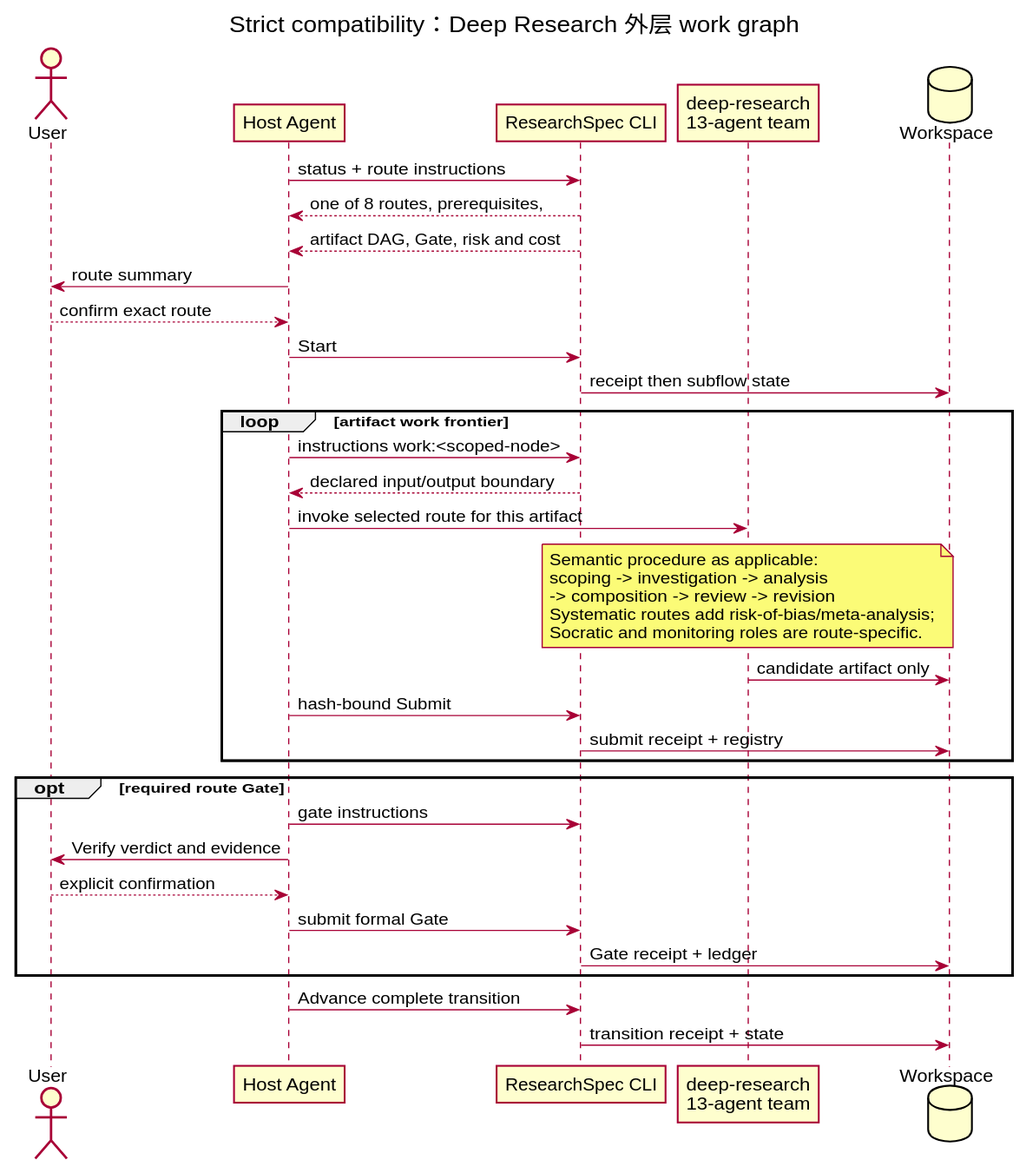
This is docs/researchspec_arsu_runtime/diagrams/rendered/deep-research-workflow.svg from leike0813/ResearchSpec, a PlantUML export, as it was before one commit. Its source is kept beside it as docs/researchspec_arsu_runtime/diagrams/src/deep-research-workflow.puml.
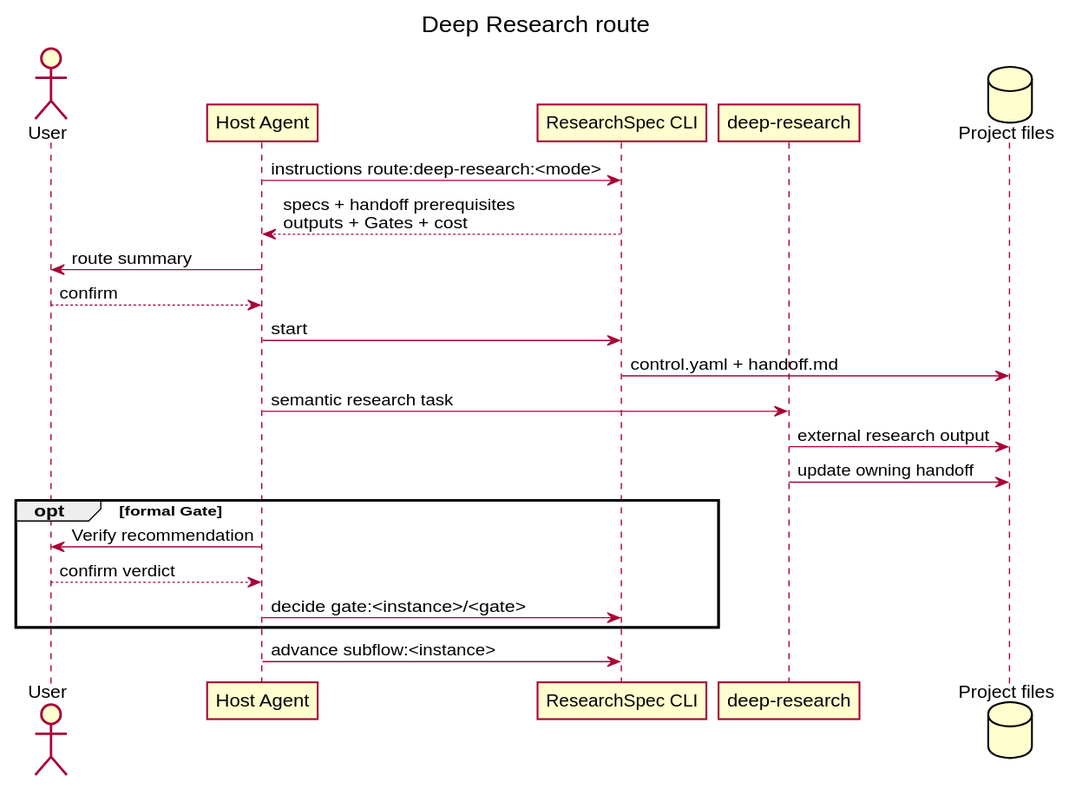
The same diagram one commit later.

Change to the diagram source:
```diff
@@ -1,43 +1,24 @@
 @startuml
-title Strict compatibility：Deep Research 外层 work graph
+title Deep Research route
 skinparam shadowing false
 actor User
 participant "Host Agent" as Agent
 participant "ResearchSpec CLI" as CLI
-participant "deep-research\n13-agent team" as ARSU
-database "Workspace" as Files
-
-Agent -> CLI : status + route instructions
-CLI --> Agent : one of 8 routes, prerequisites,
-CLI --> Agent : artifact DAG, Gate, risk and cost
+participant "deep-research" as ARSU
+database "Project files" as Files
+Agent -> CLI : instructions route:deep-research:<mode>
+CLI --> Agent : specs + handoff prerequisites\noutputs + Gates + cost
 Agent -> User : route summary
-User --> Agent : confirm exact route
-Agent -> CLI : Start
-CLI -> Files : receipt then subflow state
-
-loop artifact work frontier
-  Agent -> CLI : instructions work:<scoped-node>
-  CLI --> Agent : declared input/output boundary
-  Agent -> ARSU : invoke selected route for this artifact
-  note over ARSU
-    Semantic procedure as applicable:
-    scoping -> investigation -> analysis
-    -> composition -> review -> revision
-    Systematic routes add risk-of-bias/meta-analysis;
-    Socratic and monitoring roles are route-specific.
-  end note
-  ARSU -> Files : candidate artifact only
-  Agent -> CLI : hash-bound Submit
-  CLI -> Files : submit receipt + registry
+User --> Agent : confirm
+Agent -> CLI : start
+CLI -> Files : control.yaml + handoff.md
+Agent -> ARSU : semantic research task
+ARSU -> Files : external research output
+ARSU -> Files : update owning handoff
+opt formal Gate
+  Agent -> User : Verify recommendation
+  User --> Agent : confirm verdict
+  Agent -> CLI : decide gate:<instance>/<gate>
 end
-
-opt required route Gate
-  Agent -> CLI : gate instructions
-  Agent -> User : Verify verdict and evidence
-  User --> Agent : explicit confirmation
-  Agent -> CLI : submit formal Gate
-  CLI -> Files : Gate receipt + ledger
-end
-Agent -> CLI : Advance complete transition
-CLI -> Files : transition receipt + state
+Agent -> CLI : advance subflow:<instance>
 @enduml
```
